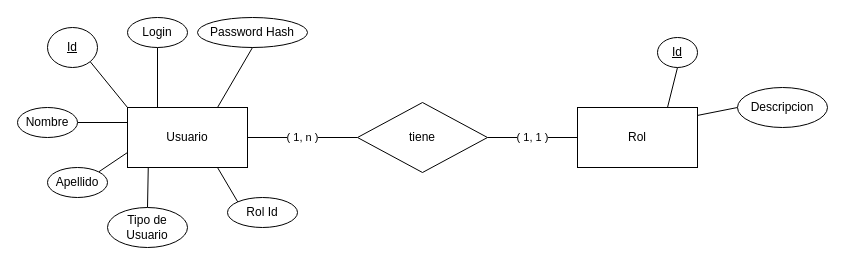
Ingenieria-En-Software-2/DB keeps this draw.io diagram as model.drawio. Above is the earlier version. Source tidied: cells renumbered, new cells numbered last; positions are measured from the earlier drawing's top-left corner, leaving out a move shared by most shapes. Both pictures are drawn from the tidied source at 100%, with x=0, y=0 at pixel (17, 17).
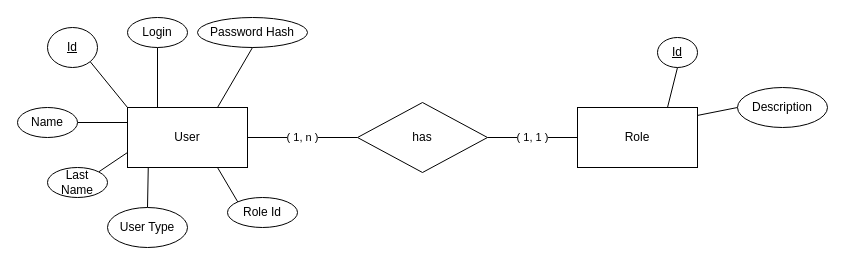
After the change.

The edit, as a diff of the source:
```diff
@@
-    <mxCell id="3" value="Usuario" style="rounded=0;whiteSpace=wrap;html=1;" parent="1" vertex="1">
+    <mxCell id="3" value="User" style="rounded=0;whiteSpace=wrap;html=1;" parent="1" vertex="1">
       <mxGeometry x="110" y="90" width="120" height="60" as="geometry" />
     </mxCell>
@@
-    <mxCell id="5" value="Rol" style="rounded=0;whiteSpace=wrap;html=1;" parent="1" vertex="1">
+    <mxCell id="5" value="Role" style="rounded=0;whiteSpace=wrap;html=1;" parent="1" vertex="1">
       <mxGeometry x="560" y="90" width="120" height="60" as="geometry" />
     </mxCell>
@@
-    <mxCell id="12" value="Nombre" style="ellipse;whiteSpace=wrap;html=1;" parent="1" vertex="1">
+    <mxCell id="12" value="Name" style="ellipse;whiteSpace=wrap;html=1;" parent="1" vertex="1">
       <mxGeometry y="90" width="60" height="30" as="geometry" />
     </mxCell>
@@
-    <mxCell id="14" value="Apellido" style="ellipse;whiteSpace=wrap;html=1;" parent="1" vertex="1">
+    <mxCell id="14" value="Last Name" style="ellipse;whiteSpace=wrap;html=1;" parent="1" vertex="1">
       <mxGeometry x="30" y="150" width="60" height="30" as="geometry" />
     </mxCell>
@@
-    <mxCell id="16" value="Tipo de Usuario" style="ellipse;whiteSpace=wrap;html=1;" parent="1" vertex="1">
+    <mxCell id="16" value="User Type" style="ellipse;whiteSpace=wrap;html=1;" parent="1" vertex="1">
       <mxGeometry x="90" y="190" width="80" height="40" as="geometry" />
     </mxCell>
@@
-    <mxCell id="18" value="Rol Id" style="ellipse;whiteSpace=wrap;html=1;" parent="1" vertex="1">
+    <mxCell id="18" value="Role&amp;nbsp;Id" style="ellipse;whiteSpace=wrap;html=1;" parent="1" vertex="1">
       <mxGeometry x="210" y="180" width="70" height="30" as="geometry" />
     </mxCell>
@@
-    <mxCell id="22" value="Descripcion" style="ellipse;whiteSpace=wrap;html=1;" parent="1" vertex="1">
+    <mxCell id="22" value="Description" style="ellipse;whiteSpace=wrap;html=1;" parent="1" vertex="1">
       <mxGeometry x="720" y="70" width="90" height="40" as="geometry" />
     </mxCell>
@@
-    <mxCell id="24" value="tiene" style="rhombus;whiteSpace=wrap;html=1;" parent="1" vertex="1">
+    <mxCell id="24" value="has" style="rhombus;whiteSpace=wrap;html=1;" parent="1" vertex="1">
       <mxGeometry x="340" y="85" width="130" height="70" as="geometry" />
     </mxCell>
```
